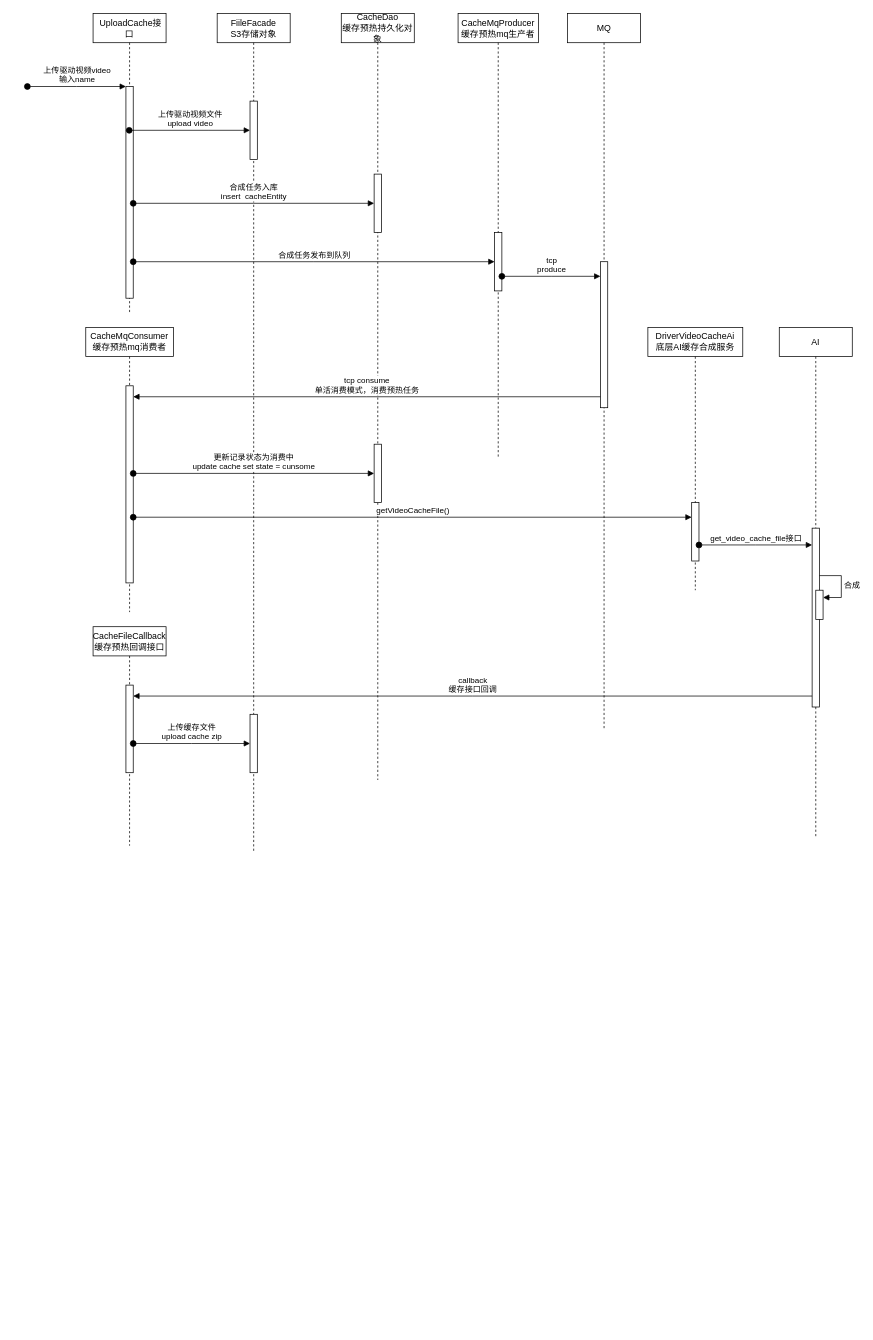
This is 缓存预热顺序设计图.drawio from milletzhu/datasource, a draw.io file, before an edit. Source tidied: cells renumbered, new cells numbered last; positions are measured from the earlier drawing's top-left corner, leaving out a move shared by most shapes. Both pictures are drawn from the tidied source at 73%, with x=0, y=0 at pixel (27, 13).
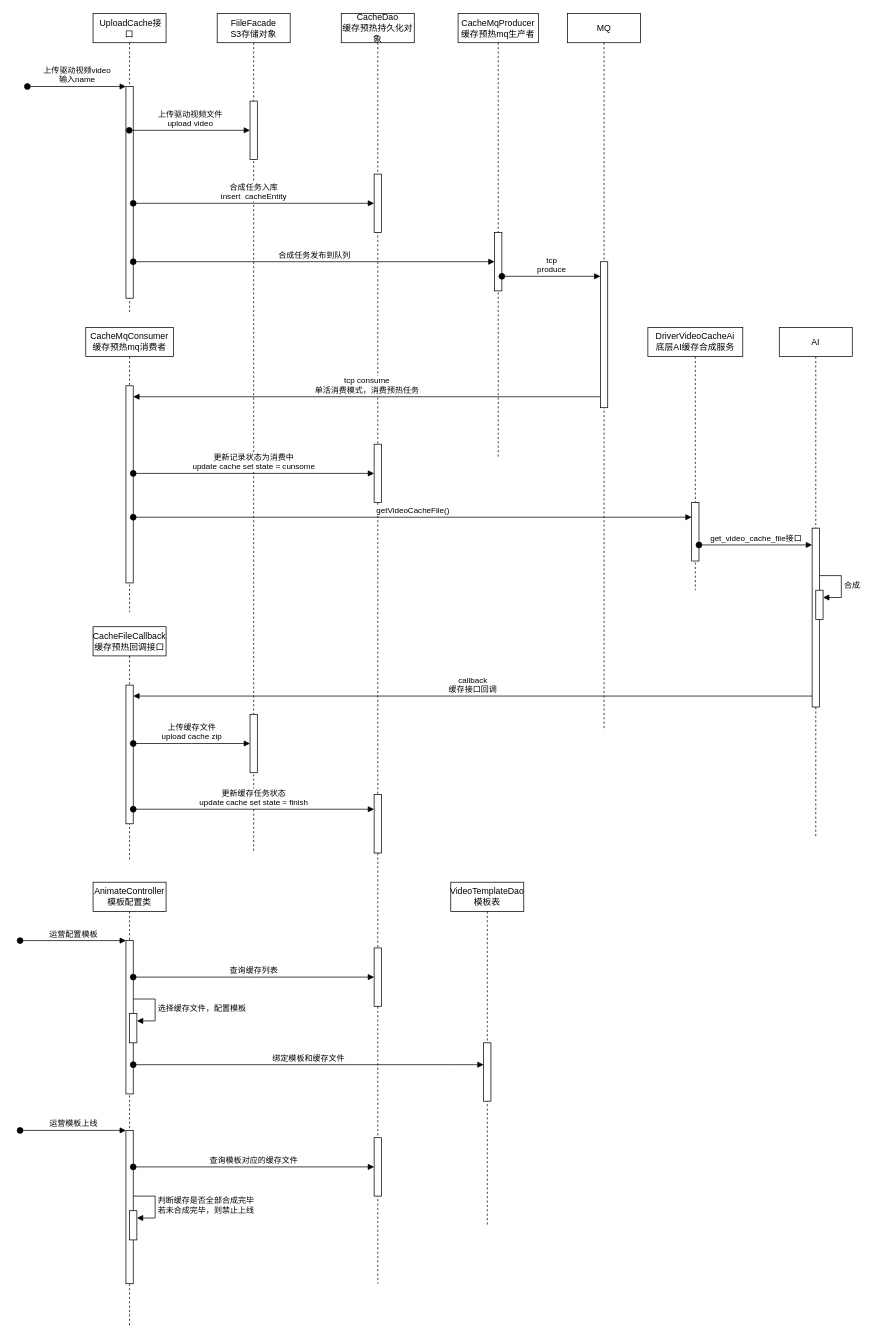
The same page after the edit.

Commit message (it also covers changes not shown here):
更新缓存预热顺序设计图.drawio

The edit, as a diff of the source:
```diff
@@
     <mxCell id="8" value="CacheDao&lt;br&gt;缓存预热持久化对象" style="shape=umlLifeline;perimeter=lifelinePerimeter;whiteSpace=wrap;html=1;newEdgeStyle={&quot;edgeStyle&quot;:&quot;elbowEdgeStyle&quot;,&quot;elbow&quot;:&quot;vertical&quot;,&quot;curved&quot;:0,&quot;rounded&quot;:0};" parent="1" vertex="1">
-      <mxGeometry x="430" width="100" height="1050" as="geometry" />
+      <mxGeometry x="430" width="100" height="1740" as="geometry" />
     </mxCell>
@@
+    <mxCell id="35" style="html=1;points=[];perimeter=orthogonalPerimeter;outlineConnect=0;targetShapes=umlLifeline;portConstraint=eastwest;newEdgeStyle={&quot;edgeStyle&quot;:&quot;elbowEdgeStyle&quot;,&quot;elbow&quot;:&quot;vertical&quot;,&quot;curved&quot;:0,&quot;rounded&quot;:0};" parent="8" vertex="1">
+      <mxGeometry x="45" y="1070" width="10" height="80" as="geometry" />
+    </mxCell>
+    <mxCell id="36" style="html=1;points=[];perimeter=orthogonalPerimeter;outlineConnect=0;targetShapes=umlLifeline;portConstraint=eastwest;newEdgeStyle={&quot;edgeStyle&quot;:&quot;elbowEdgeStyle&quot;,&quot;elbow&quot;:&quot;vertical&quot;,&quot;curved&quot;:0,&quot;rounded&quot;:0};" parent="8" vertex="1">
+      <mxGeometry x="45" y="1280" width="10" height="80" as="geometry" />
+    </mxCell>
+    <mxCell id="37" style="html=1;points=[];perimeter=orthogonalPerimeter;outlineConnect=0;targetShapes=umlLifeline;portConstraint=eastwest;newEdgeStyle={&quot;edgeStyle&quot;:&quot;elbowEdgeStyle&quot;,&quot;elbow&quot;:&quot;vertical&quot;,&quot;curved&quot;:0,&quot;rounded&quot;:0};" parent="8" vertex="1">
+      <mxGeometry x="45" y="1540" width="10" height="80" as="geometry" />
+    </mxCell>
@@
     <mxCell id="31" value="CacheFileCallback&lt;br&gt;缓存预热回调接口" style="shape=umlLifeline;perimeter=lifelinePerimeter;whiteSpace=wrap;html=1;newEdgeStyle={&quot;edgeStyle&quot;:&quot;elbowEdgeStyle&quot;,&quot;elbow&quot;:&quot;vertical&quot;,&quot;curved&quot;:0,&quot;rounded&quot;:0};" parent="1" vertex="1">
-      <mxGeometry x="90" y="840" width="100" height="300" as="geometry" />
+      <mxGeometry x="90" y="840" width="100" height="320" as="geometry" />
     </mxCell>
     <mxCell id="32" style="html=1;points=[];perimeter=orthogonalPerimeter;outlineConnect=0;targetShapes=umlLifeline;portConstraint=eastwest;newEdgeStyle={&quot;edgeStyle&quot;:&quot;elbowEdgeStyle&quot;,&quot;elbow&quot;:&quot;vertical&quot;,&quot;curved&quot;:0,&quot;rounded&quot;:0};" parent="31" vertex="1">
-      <mxGeometry x="45" y="80" width="10" height="120" as="geometry" />
+      <mxGeometry x="45" y="80" width="10" height="190" as="geometry" />
     </mxCell>
@@
+    <mxCell id="38" value="更新缓存任务状态&lt;br&gt;update cache set state = finish" style="html=1;verticalAlign=bottom;startArrow=oval;endArrow=block;startSize=8;edgeStyle=elbowEdgeStyle;elbow=vertical;curved=0;rounded=0;" parent="1" edge="1" source="32" target="35">
+      <mxGeometry relative="1" as="geometry" />
+    </mxCell>
+    <mxCell id="39" value="AnimateController&lt;br&gt;模板配置类" style="shape=umlLifeline;perimeter=lifelinePerimeter;whiteSpace=wrap;html=1;newEdgeStyle={&quot;edgeStyle&quot;:&quot;elbowEdgeStyle&quot;,&quot;elbow&quot;:&quot;vertical&quot;,&quot;curved&quot;:0,&quot;rounded&quot;:0};" parent="1" vertex="1">
+      <mxGeometry x="90" y="1190" width="100" height="610" as="geometry" />
+    </mxCell>
+    <mxCell id="40" style="html=1;points=[];perimeter=orthogonalPerimeter;outlineConnect=0;targetShapes=umlLifeline;portConstraint=eastwest;newEdgeStyle={&quot;edgeStyle&quot;:&quot;elbowEdgeStyle&quot;,&quot;elbow&quot;:&quot;vertical&quot;,&quot;curved&quot;:0,&quot;rounded&quot;:0};" parent="39" vertex="1">
+      <mxGeometry x="45" y="80" width="10" height="210" as="geometry" />
+    </mxCell>
+    <mxCell id="41" value="运营配置模板" style="html=1;verticalAlign=bottom;startArrow=oval;endArrow=block;startSize=8;edgeStyle=elbowEdgeStyle;elbow=vertical;curved=0;rounded=0;" parent="39" edge="1" target="40">
+      <mxGeometry relative="1" as="geometry">
+        <mxPoint x="-100" y="80" as="sourcePoint" />
+      </mxGeometry>
+    </mxCell>
+    <mxCell id="42" style="html=1;points=[];perimeter=orthogonalPerimeter;outlineConnect=0;targetShapes=umlLifeline;portConstraint=eastwest;newEdgeStyle={&quot;edgeStyle&quot;:&quot;elbowEdgeStyle&quot;,&quot;elbow&quot;:&quot;vertical&quot;,&quot;curved&quot;:0,&quot;rounded&quot;:0};" parent="39" vertex="1">
+      <mxGeometry x="50" y="180" width="10" height="40" as="geometry" />
+    </mxCell>
+    <mxCell id="43" value="选择缓存文件，配置模板" style="html=1;align=left;spacingLeft=2;endArrow=block;rounded=0;edgeStyle=orthogonalEdgeStyle;curved=0;rounded=0;" parent="39" edge="1" target="42">
+      <mxGeometry relative="1" as="geometry">
+        <mxPoint x="55" y="160" as="sourcePoint" />
+        <Array as="points">
+          <mxPoint x="85" y="190" />
+        </Array>
+      </mxGeometry>
+    </mxCell>
+    <mxCell id="44" style="html=1;points=[];perimeter=orthogonalPerimeter;outlineConnect=0;targetShapes=umlLifeline;portConstraint=eastwest;newEdgeStyle={&quot;edgeStyle&quot;:&quot;elbowEdgeStyle&quot;,&quot;elbow&quot;:&quot;vertical&quot;,&quot;curved&quot;:0,&quot;rounded&quot;:0};" parent="39" vertex="1">
+      <mxGeometry x="45" y="340" width="10" height="210" as="geometry" />
+    </mxCell>
+    <mxCell id="45" value="运营模板上线" style="html=1;verticalAlign=bottom;startArrow=oval;endArrow=block;startSize=8;edgeStyle=elbowEdgeStyle;elbow=vertical;curved=0;rounded=0;" parent="39" edge="1" target="44">
+      <mxGeometry relative="1" as="geometry">
+        <mxPoint x="-100" y="340" as="sourcePoint" />
+      </mxGeometry>
+    </mxCell>
+    <mxCell id="46" style="html=1;points=[];perimeter=orthogonalPerimeter;outlineConnect=0;targetShapes=umlLifeline;portConstraint=eastwest;newEdgeStyle={&quot;edgeStyle&quot;:&quot;elbowEdgeStyle&quot;,&quot;elbow&quot;:&quot;vertical&quot;,&quot;curved&quot;:0,&quot;rounded&quot;:0};" parent="39" vertex="1">
+      <mxGeometry x="50" y="450" width="10" height="40" as="geometry" />
+    </mxCell>
+    <mxCell id="47" value="判断缓存是否全部合成完毕&lt;br&gt;若未合成完毕，则禁止上线" style="html=1;align=left;spacingLeft=2;endArrow=block;rounded=0;edgeStyle=orthogonalEdgeStyle;curved=0;rounded=0;" parent="39" edge="1" target="46">
+      <mxGeometry relative="1" as="geometry">
+        <mxPoint x="55" y="430" as="sourcePoint" />
+        <Array as="points">
+          <mxPoint x="85" y="460" />
+        </Array>
+      </mxGeometry>
+    </mxCell>
+    <mxCell id="48" value="查询缓存列表" style="html=1;verticalAlign=bottom;startArrow=oval;endArrow=block;startSize=8;edgeStyle=elbowEdgeStyle;elbow=vertical;curved=0;rounded=0;" parent="1" edge="1" source="40" target="36">
+      <mxGeometry relative="1" as="geometry" />
+    </mxCell>
+    <mxCell id="49" value="VideoTemplateDao&lt;br&gt;模板表" style="shape=umlLifeline;perimeter=lifelinePerimeter;whiteSpace=wrap;html=1;newEdgeStyle={&quot;edgeStyle&quot;:&quot;elbowEdgeStyle&quot;,&quot;elbow&quot;:&quot;vertical&quot;,&quot;curved&quot;:0,&quot;rounded&quot;:0};" parent="1" vertex="1">
+      <mxGeometry x="580" y="1190" width="100" height="470" as="geometry" />
+    </mxCell>
+    <mxCell id="50" style="html=1;points=[];perimeter=orthogonalPerimeter;outlineConnect=0;targetShapes=umlLifeline;portConstraint=eastwest;newEdgeStyle={&quot;edgeStyle&quot;:&quot;elbowEdgeStyle&quot;,&quot;elbow&quot;:&quot;vertical&quot;,&quot;curved&quot;:0,&quot;rounded&quot;:0};" parent="49" vertex="1">
+      <mxGeometry x="45" y="220" width="10" height="80" as="geometry" />
+    </mxCell>
+    <mxCell id="51" value="绑定模板和缓存文件" style="html=1;verticalAlign=bottom;startArrow=oval;endArrow=block;startSize=8;edgeStyle=elbowEdgeStyle;elbow=vertical;curved=0;rounded=0;" parent="1" edge="1" source="40" target="50">
+      <mxGeometry relative="1" as="geometry">
+        <Array as="points">
+          <mxPoint x="580" y="1440" />
+        </Array>
+      </mxGeometry>
+    </mxCell>
+    <mxCell id="52" value="查询模板对应的缓存文件" style="html=1;verticalAlign=bottom;startArrow=oval;endArrow=block;startSize=8;edgeStyle=elbowEdgeStyle;elbow=vertical;curved=0;rounded=0;" parent="1" edge="1" source="44" target="37">
+      <mxGeometry relative="1" as="geometry" />
+    </mxCell>
```
